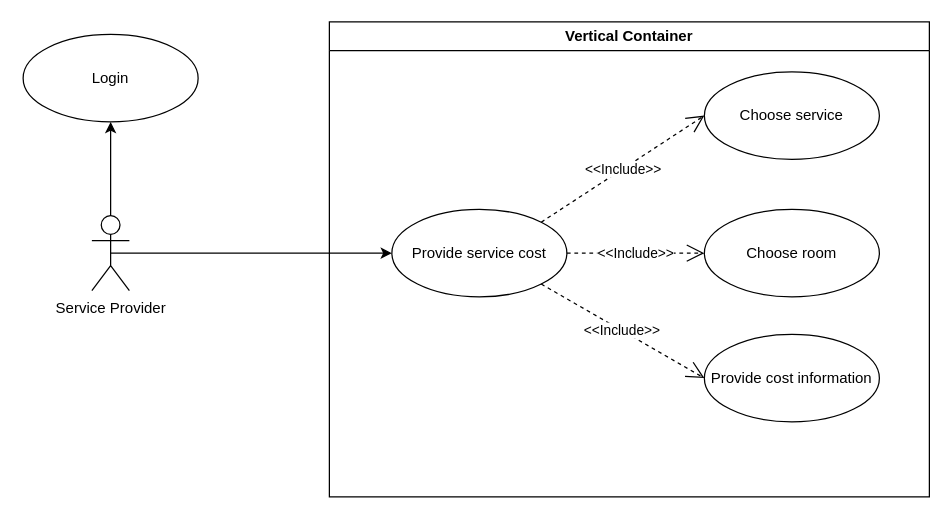
HuyEuler/Apartment-management-system keeps this draw.io diagram as Functional-analysis/usecase-diagram/service-provider/ServiceProvider-UC.drawio. Above is the earlier version. Source tidied: cells renumbered, new cells numbered last; positions are measured from the earlier drawing's top-left corner, leaving out a move shared by most shapes. Both pictures are drawn from the tidied source at 125%, with x=0, y=0 at pixel (22, 21).
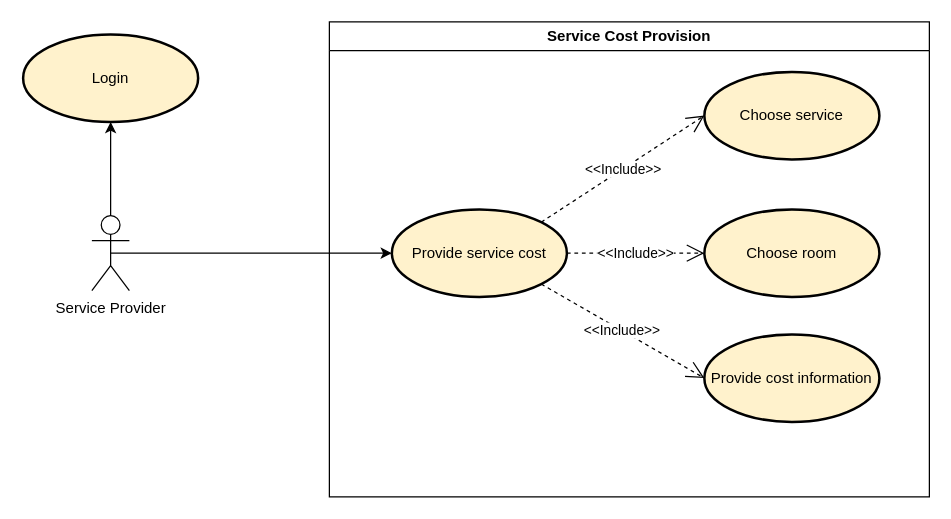
The same page after the edit.

Commit message (it also covers changes not shown here):
fix service-provider uc diagram

Diff of the diagram source:
```diff
@@
 <mxGraphModel>
   <root>
     <mxCell id="0" />
     <mxCell id="1" parent="0" />
     <mxCell id="2" value="Service Provider" style="shape=umlActor;verticalLabelPosition=bottom;verticalAlign=top;html=1;outlineConnect=0;" parent="1" vertex="1">
       <mxGeometry x="55" y="155" width="30" height="60" as="geometry" />
     </mxCell>
-    <mxCell id="3" value="Login" style="ellipse;whiteSpace=wrap;html=1;" parent="1" vertex="1">
+    <mxCell id="3" value="Login" style="ellipse;whiteSpace=wrap;html=1;fillColor=#fff2cc;strokeColor=light-dark(#000000, #6d5100);strokeWidth=2;" parent="1" vertex="1">
       <mxGeometry y="10" width="140" height="70" as="geometry" />
     </mxCell>
-    <mxCell id="4" value="Provide service cost" style="ellipse;whiteSpace=wrap;html=1;" parent="1" vertex="1">
+    <mxCell id="4" value="Provide service cost" style="ellipse;whiteSpace=wrap;html=1;fillColor=#fff2cc;strokeColor=light-dark(#000000, #6d5100);strokeWidth=2;" parent="1" vertex="1">
       <mxGeometry x="295" y="150" width="140" height="70" as="geometry" />
     </mxCell>
-    <mxCell id="5" value="Vertical Container" style="swimlane;whiteSpace=wrap;html=1;" parent="1" vertex="1">
+    <mxCell id="5" value="Service Cost Provision" style="swimlane;whiteSpace=wrap;html=1;" parent="1" vertex="1">
       <mxGeometry x="245" width="480" height="380" as="geometry" />
     </mxCell>
-    <mxCell id="6" value="Choose room" style="ellipse;whiteSpace=wrap;html=1;" parent="5" vertex="1">
+    <mxCell id="6" value="Choose room" style="ellipse;whiteSpace=wrap;html=1;fillColor=#fff2cc;strokeColor=light-dark(#000000, #6d5100);strokeWidth=2;" parent="5" vertex="1">
       <mxGeometry x="300" y="150" width="140" height="70" as="geometry" />
     </mxCell>
-    <mxCell id="7" value="Choose service" style="ellipse;whiteSpace=wrap;html=1;" parent="5" vertex="1">
+    <mxCell id="7" value="Choose service" style="ellipse;whiteSpace=wrap;html=1;fillColor=#fff2cc;strokeColor=light-dark(#000000, #6d5100);strokeWidth=2;" parent="5" vertex="1">
       <mxGeometry x="300" y="40" width="140" height="70" as="geometry" />
     </mxCell>
-    <mxCell id="8" value="Provide cost information" style="ellipse;whiteSpace=wrap;html=1;" parent="5" vertex="1">
+    <mxCell id="8" value="Provide cost information" style="ellipse;whiteSpace=wrap;html=1;fillColor=#fff2cc;strokeColor=light-dark(#000000, #6d5100);strokeWidth=2;" parent="5" vertex="1">
       <mxGeometry x="300" y="250" width="140" height="70" as="geometry" />
     </mxCell>
     <mxCell id="9" style="endArrow=classic;html=1;rounded=0;exitX=0.5;exitY=0.5;exitDx=0;exitDy=0;exitPerimeter=0;entryX=0;entryY=0.5;entryDx=0;entryDy=0;" parent="1" edge="1" source="2" target="4">
       <mxGeometry relative="1" as="geometry" />
     </mxCell>
     <mxCell id="10" style="endArrow=classic;html=1;rounded=0;exitX=0.5;exitY=0;exitDx=0;exitDy=0;exitPerimeter=0;entryX=0.5;entryY=1;entryDx=0;entryDy=0;" parent="1" edge="1" source="2" target="3">
       <mxGeometry relative="1" as="geometry" />
     </mxCell>
     <mxCell id="11" value="&amp;lt;&amp;lt;Include&amp;gt;&amp;gt;" style="endArrow=open;endSize=12;dashed=1;html=1;rounded=0;entryX=0;entryY=0.5;entryDx=0;entryDy=0;exitX=1;exitY=0;exitDx=0;exitDy=0;" parent="1" edge="1" source="4" target="7">
       <mxGeometry relative="1" as="geometry" />
     </mxCell>
     <mxCell id="12" value="&amp;lt;&amp;lt;Include&amp;gt;&amp;gt;" style="endArrow=open;endSize=12;dashed=1;html=1;rounded=0;entryX=0;entryY=0.5;entryDx=0;entryDy=0;exitX=1;exitY=0.5;exitDx=0;exitDy=0;" parent="1" edge="1" source="4" target="6">
       <mxGeometry relative="1" as="geometry" />
     </mxCell>
     <mxCell id="13" value="&amp;lt;&amp;lt;Include&amp;gt;&amp;gt;" style="endArrow=open;endSize=12;dashed=1;html=1;rounded=0;entryX=0;entryY=0.5;entryDx=0;entryDy=0;exitX=1;exitY=1;exitDx=0;exitDy=0;" parent="1" edge="1" source="4" target="8">
       <mxGeometry relative="1" as="geometry" />
     </mxCell>
   </root>
 </mxGraphModel>
```
